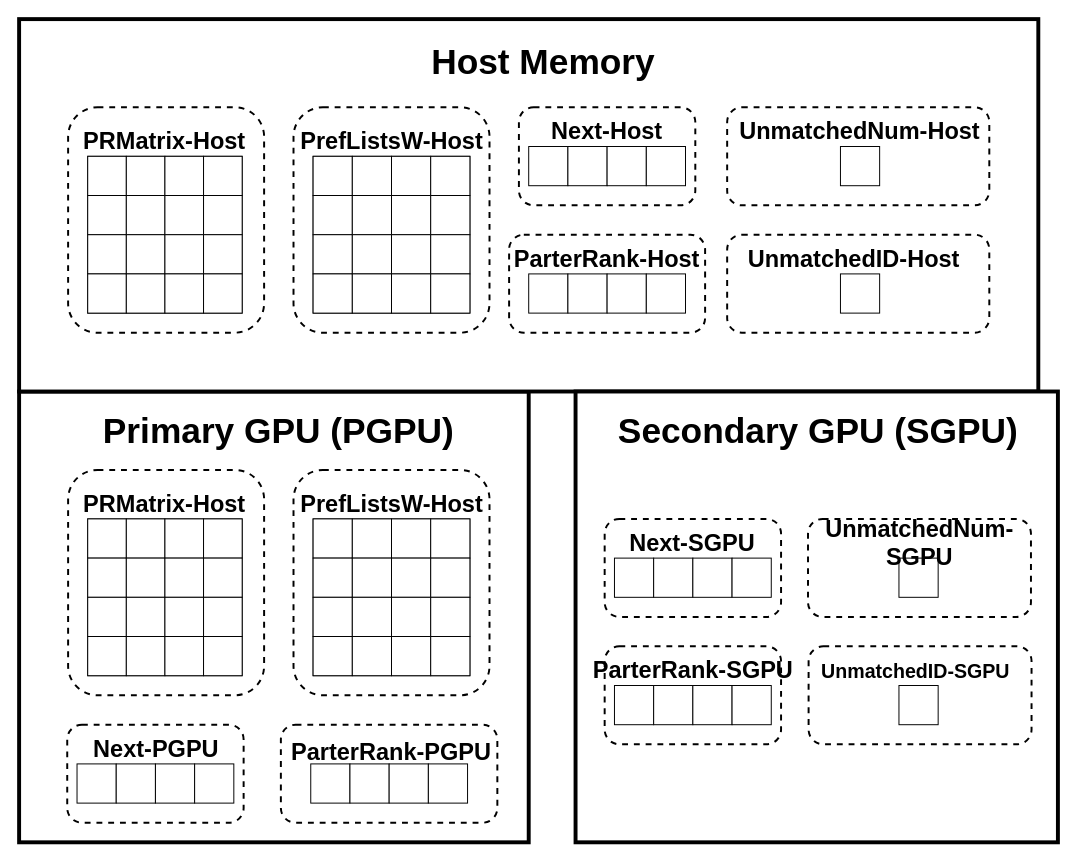
victorliu-sq/BambooSMP-Figures keeps this draw.io diagram as DSInHybridSystem.drawio. Above is the earlier version. Source tidied: cells renumbered, new cells numbered last; positions are measured from the earlier drawing's top-left corner, leaving out a move shared by most shapes. Both pictures are drawn from the tidied source at 98%, with x=0, y=0 at pixel (19, 19).
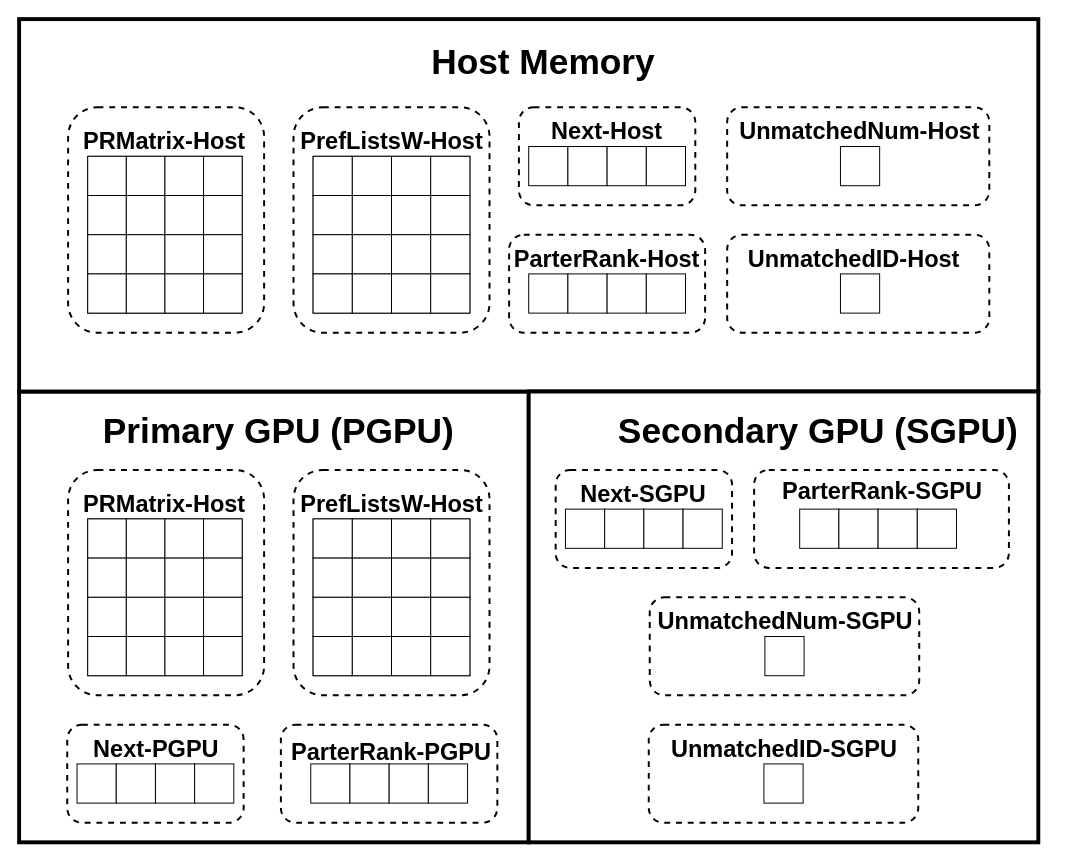
After the change.

Change to the diagram source:
```diff
@@
     <mxCell id="4" style="rounded=0;whiteSpace=wrap;html=1;strokeWidth=4;" parent="1" vertex="1">
-      <mxGeometry x="567.8" y="380" width="492.2" height="460" as="geometry" />
+      <mxGeometry x="520" y="380" width="520" height="460" as="geometry" />
     </mxCell>
@@
-    <mxCell id="43" style="rounded=1;whiteSpace=wrap;html=1;fillColor=none;strokeWidth=2;dashed=1;" parent="1" vertex="1">
-      <mxGeometry x="597.5" y="640" width="180" height="100" as="geometry" />
-    </mxCell>
     <mxCell id="44" style="rounded=1;whiteSpace=wrap;html=1;fillColor=none;strokeWidth=2;dashed=1;" parent="1" vertex="1">
-      <mxGeometry x="597.5" y="510" width="180" height="100" as="geometry" />
+      <mxGeometry x="547.5" y="460" width="180" height="100" as="geometry" />
     </mxCell>
     <mxCell id="45" value="&lt;p style=&quot;font-size: 24px;&quot;&gt;&lt;b style=&quot;font-size: 24px;&quot;&gt;&lt;font style=&quot;font-size: 24px;&quot;&gt;Next-SGPU&lt;/font&gt;&lt;/b&gt;&lt;/p&gt;" style="text;html=1;align=center;verticalAlign=middle;whiteSpace=wrap;rounded=0;fontSize=24;" parent="1" vertex="1">
-      <mxGeometry x="609.4" y="520" width="156.2" height="30" as="geometry" />
+      <mxGeometry x="559.4" y="470" width="156.2" height="30" as="geometry" />
     </mxCell>
-    <mxCell id="46" value="&lt;p style=&quot;font-size: 24px;&quot;&gt;&lt;b style=&quot;font-size: 24px;&quot;&gt;&lt;font style=&quot;font-size: 24px;&quot;&gt;ParterRank-SGPU&lt;/font&gt;&lt;/b&gt;&lt;/p&gt;" style="text;html=1;align=center;verticalAlign=middle;whiteSpace=wrap;rounded=0;fontSize=24;" parent="1" vertex="1">
-      <mxGeometry x="575.6" y="650" width="223.8" height="30" as="geometry" />
-    </mxCell>
@@
-    <mxCell id="48" style="group;" parent="1" vertex="1">
-      <mxGeometry x="607.5" y="680" width="160" height="40" as="geometry" />
-    </mxCell>
-    <mxCell id="49" style="rounded=0;whiteSpace=wrap;html=1;" parent="48" vertex="1">
-      <mxGeometry width="40" height="40" as="geometry" />
-    </mxCell>
-    <mxCell id="50" style="rounded=0;whiteSpace=wrap;html=1;" parent="48" vertex="1">
-      <mxGeometry x="40" width="40" height="40" as="geometry" />
-    </mxCell>
-    <mxCell id="51" style="rounded=0;whiteSpace=wrap;html=1;" parent="48" vertex="1">
-      <mxGeometry x="80" width="40" height="40" as="geometry" />
-    </mxCell>
-    <mxCell id="52" style="rounded=0;whiteSpace=wrap;html=1;" parent="48" vertex="1">
-      <mxGeometry x="120" width="40" height="40" as="geometry" />
-    </mxCell>
@@
     <mxCell id="92" style="rounded=1;whiteSpace=wrap;html=1;fillColor=none;strokeWidth=2;dashed=1;" parent="1" vertex="1">
-      <mxGeometry x="805" y="510" width="227.5" height="100" as="geometry" />
+      <mxGeometry x="642.5" y="720" width="275" height="100" as="geometry" />
     </mxCell>
-    <mxCell id="93" style="rounded=0;whiteSpace=wrap;html=1;" parent="1" vertex="1">
-      <mxGeometry x="897.8" y="680" width="40" height="40" as="geometry" />
-    </mxCell>
     <mxCell id="94" style="rounded=0;whiteSpace=wrap;html=1;" parent="1" vertex="1">
-      <mxGeometry x="897.8" y="550" width="40" height="40" as="geometry" />
+      <mxGeometry x="760" y="760" width="40" height="40" as="geometry" />
     </mxCell>
-    <mxCell id="95" value="&lt;p style=&quot;font-size: 24px;&quot;&gt;&lt;b style=&quot;font-size: 24px;&quot;&gt;&lt;font style=&quot;font-size: 24px;&quot;&gt;UnmatchedNum-SGPU&lt;/font&gt;&lt;/b&gt;&lt;br style=&quot;font-size: 24px;&quot;&gt;&lt;/p&gt;" style="text;html=1;align=center;verticalAlign=middle;whiteSpace=wrap;rounded=0;fontSize=24;" parent="1" vertex="1">
-      <mxGeometry x="805.6" y="520" width="226.2" height="30" as="geometry" />
+    <mxCell id="95" value="&lt;p style=&quot;font-size: 24px;&quot;&gt;&lt;b style=&quot;font-size: 24px;&quot;&gt;&lt;font style=&quot;font-size: 24px;&quot;&gt;UnmatchedID-SGPU&lt;/font&gt;&lt;/b&gt;&lt;br style=&quot;font-size: 24px;&quot;&gt;&lt;/p&gt;" style="text;html=1;align=center;verticalAlign=middle;whiteSpace=wrap;rounded=0;fontSize=24;" parent="1" vertex="1">
+      <mxGeometry x="649.2" y="730" width="264.4" height="30" as="geometry" />
     </mxCell>
-    <mxCell id="96" value="&lt;p&gt;&lt;b&gt;&lt;font style=&quot;font-size: 20px;&quot;&gt;UnmatchedID-SGPU&lt;/font&gt;&lt;/b&gt;&lt;br&gt;&lt;/p&gt;" style="text;html=1;align=center;verticalAlign=middle;whiteSpace=wrap;rounded=0;" parent="1" vertex="1">
-      <mxGeometry x="810" y="650" width="210" height="30" as="geometry" />
-    </mxCell>
     <mxCell id="97" style="rounded=0;whiteSpace=wrap;html=1;" parent="1" vertex="1">
-      <mxGeometry x="607.5" y="550" width="40" height="40" as="geometry" />
+      <mxGeometry x="557.5" y="500" width="40" height="40" as="geometry" />
     </mxCell>
     <mxCell id="98" style="rounded=0;whiteSpace=wrap;html=1;" parent="1" vertex="1">
-      <mxGeometry x="647.5" y="550" width="40" height="40" as="geometry" />
+      <mxGeometry x="597.5" y="500" width="40" height="40" as="geometry" />
     </mxCell>
     <mxCell id="99" style="rounded=0;whiteSpace=wrap;html=1;" parent="1" vertex="1">
-      <mxGeometry x="687.5" y="550" width="40" height="40" as="geometry" />
+      <mxGeometry x="637.5" y="500" width="40" height="40" as="geometry" />
     </mxCell>
     <mxCell id="100" style="rounded=0;whiteSpace=wrap;html=1;" parent="1" vertex="1">
-      <mxGeometry x="727.5" y="550" width="40" height="40" as="geometry" />
+      <mxGeometry x="677.5" y="500" width="40" height="40" as="geometry" />
     </mxCell>
-    <mxCell id="101" style="rounded=1;whiteSpace=wrap;html=1;fillColor=none;strokeWidth=2;dashed=1;" parent="1" vertex="1">
-      <mxGeometry x="805.6" y="640" width="227.5" height="100" as="geometry" />
-    </mxCell>
@@
+    <mxCell id="141" style="rounded=1;whiteSpace=wrap;html=1;fillColor=none;strokeWidth=2;dashed=1;" parent="1" vertex="1">
+      <mxGeometry x="750" y="460" width="260" height="100" as="geometry" />
+    </mxCell>
+    <mxCell id="142" style="group;" parent="1" vertex="1">
+      <mxGeometry x="796.5" y="500" width="160" height="80" as="geometry" />
+    </mxCell>
+    <mxCell id="143" style="group;" parent="142" vertex="1">
+      <mxGeometry width="160" height="40" as="geometry" />
+    </mxCell>
+    <mxCell id="49" style="rounded=0;whiteSpace=wrap;html=1;" parent="143" vertex="1">
+      <mxGeometry width="40" height="40" as="geometry" />
+    </mxCell>
+    <mxCell id="50" style="rounded=0;whiteSpace=wrap;html=1;" parent="143" vertex="1">
+      <mxGeometry x="40" width="40" height="40" as="geometry" />
+    </mxCell>
+    <mxCell id="51" style="rounded=0;whiteSpace=wrap;html=1;" parent="143" vertex="1">
+      <mxGeometry x="80" width="40" height="40" as="geometry" />
+    </mxCell>
+    <mxCell id="52" style="rounded=0;whiteSpace=wrap;html=1;" parent="143" vertex="1">
+      <mxGeometry x="120" width="40" height="40" as="geometry" />
+    </mxCell>
+    <mxCell id="46" value="&lt;p style=&quot;font-size: 24px;&quot;&gt;&lt;b style=&quot;font-size: 24px;&quot;&gt;&lt;font style=&quot;font-size: 24px;&quot;&gt;ParterRank-SGPU&lt;/font&gt;&lt;/b&gt;&lt;/p&gt;" style="text;html=1;align=center;verticalAlign=middle;whiteSpace=wrap;rounded=0;fontSize=24;" parent="1" vertex="1">
+      <mxGeometry x="771.3" y="463.1" width="220" height="36.9" as="geometry" />
+    </mxCell>
+    <mxCell id="144" style="rounded=1;whiteSpace=wrap;html=1;fillColor=none;strokeWidth=2;dashed=1;" parent="1" vertex="1">
+      <mxGeometry x="643.5" y="590" width="275" height="100" as="geometry" />
+    </mxCell>
+    <mxCell id="145" style="rounded=0;whiteSpace=wrap;html=1;" parent="1" vertex="1">
+      <mxGeometry x="761" y="630" width="40" height="40" as="geometry" />
+    </mxCell>
+    <mxCell id="146" value="&lt;p style=&quot;font-size: 24px;&quot;&gt;&lt;b style=&quot;font-size: 24px;&quot;&gt;&lt;font style=&quot;font-size: 24px;&quot;&gt;UnmatchedNum-SGPU&lt;/font&gt;&lt;/b&gt;&lt;br style=&quot;font-size: 24px;&quot;&gt;&lt;/p&gt;" style="text;html=1;align=center;verticalAlign=middle;whiteSpace=wrap;rounded=0;fontSize=24;" parent="1" vertex="1">
+      <mxGeometry x="650.2" y="600" width="264.4" height="30" as="geometry" />
+    </mxCell>
```
